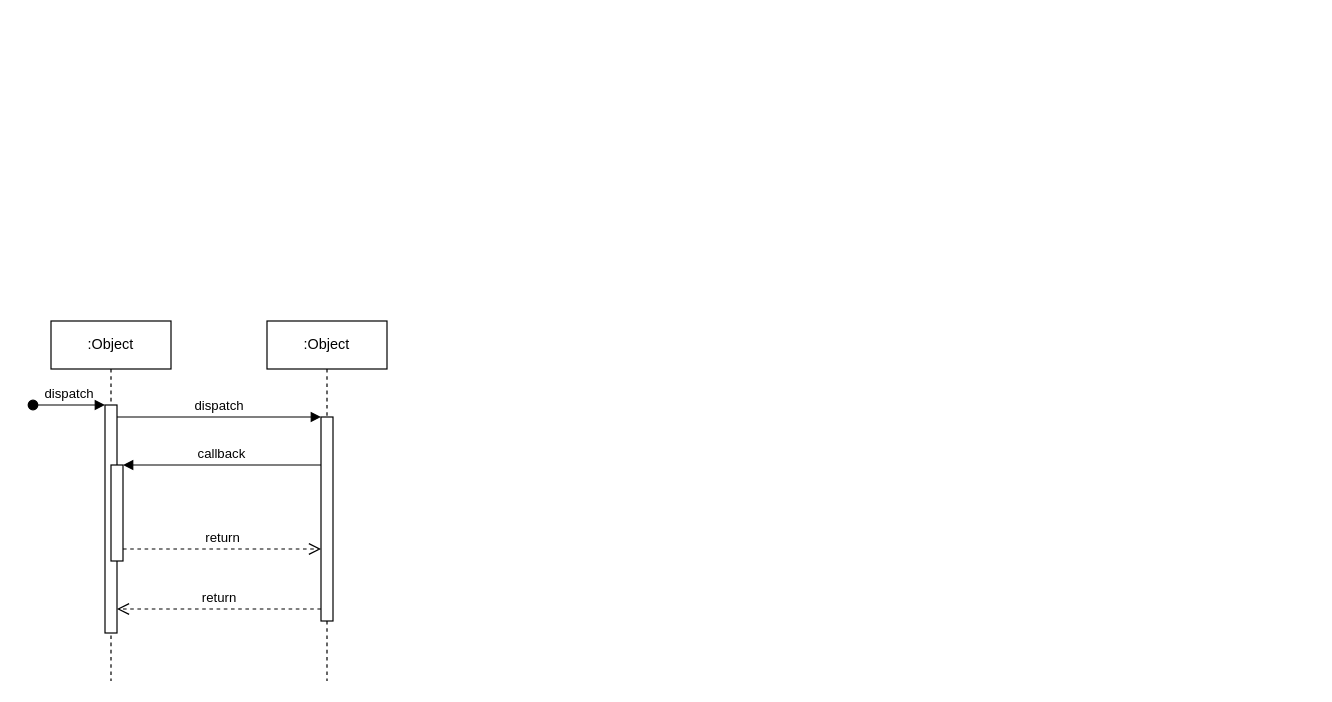
Before: 3er endpoint - actuData.drawio in StevenGpByte/ActualizacionDatos, a draw.io diagram. Source tidied: cells renumbered, new cells numbered last; positions are measured from the earlier drawing's top-left corner, leaving out a move shared by most shapes. Both pictures are drawn from the tidied source at 120%, with x=0, y=0 at pixel (32, 320).
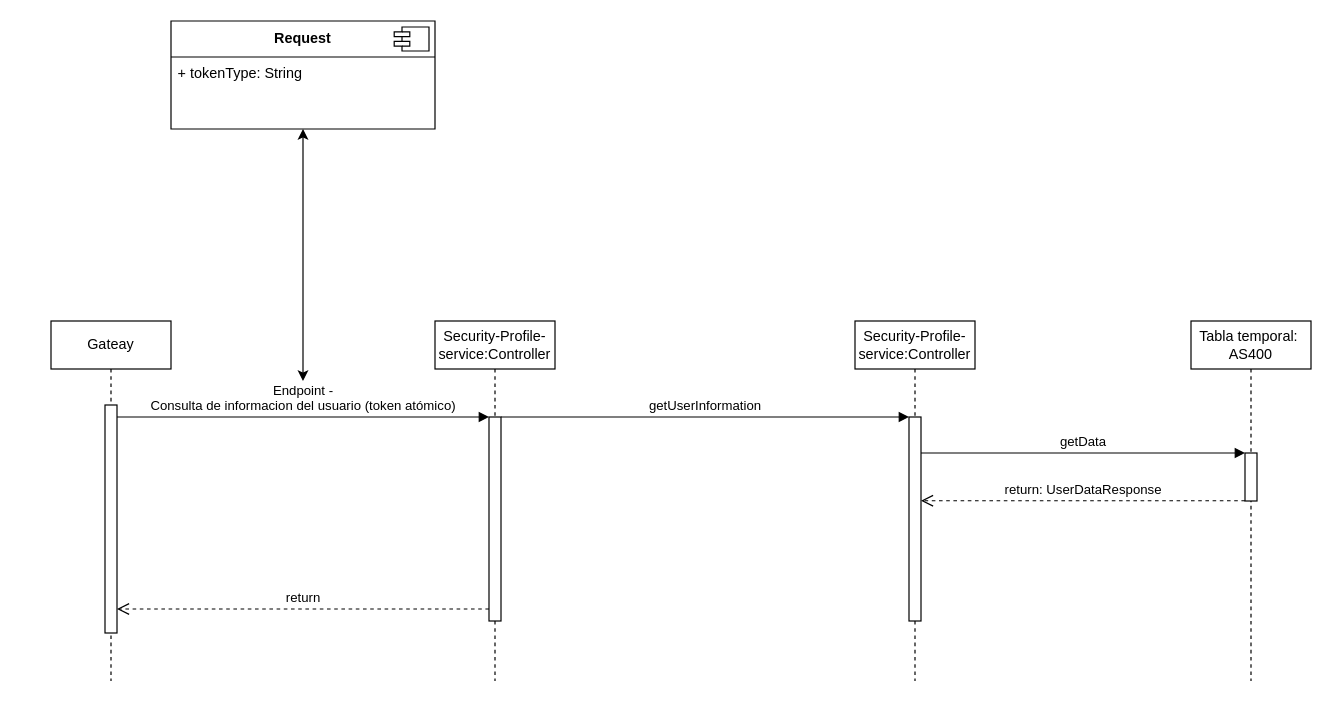
Above is the later version.

Unchanged cells that the change refers to:
```xml
<mxCell id="3" style="html=1;points=[];perimeter=orthogonalPerimeter;outlineConnect=0;targetShapes=umlLifeline;portConstraint=eastwest;newEdgeStyle={&quot;edgeStyle&quot;:&quot;elbowEdgeStyle&quot;,&quot;elbow&quot;:&quot;vertical&quot;,&quot;curved&quot;:0,&quot;rounded&quot;:0};" parent="2" vertex="1">
  <mxGeometry x="45" y="70" width="10" height="190" as="geometry" />
</mxCell>
<mxCell id="7" style="html=1;points=[];perimeter=orthogonalPerimeter;outlineConnect=0;targetShapes=umlLifeline;portConstraint=eastwest;newEdgeStyle={&quot;edgeStyle&quot;:&quot;elbowEdgeStyle&quot;,&quot;elbow&quot;:&quot;vertical&quot;,&quot;curved&quot;:0,&quot;rounded&quot;:0};" parent="6" vertex="1">
  <mxGeometry x="45" y="80" width="10" height="170" as="geometry" />
</mxCell>
```

The edit, as a diff of the source:
```diff
@@
-    <mxCell id="2" value=":Object" style="shape=umlLifeline;perimeter=lifelinePerimeter;whiteSpace=wrap;html=1;newEdgeStyle={&quot;edgeStyle&quot;:&quot;elbowEdgeStyle&quot;,&quot;elbow&quot;:&quot;vertical&quot;,&quot;curved&quot;:0,&quot;rounded&quot;:0};" parent="1" vertex="1">
+    <mxCell id="2" value="Gateay" style="shape=umlLifeline;perimeter=lifelinePerimeter;whiteSpace=wrap;html=1;newEdgeStyle={&quot;edgeStyle&quot;:&quot;elbowEdgeStyle&quot;,&quot;elbow&quot;:&quot;vertical&quot;,&quot;curved&quot;:0,&quot;rounded&quot;:0};" parent="1" vertex="1">
       <mxGeometry x="15" width="100" height="300" as="geometry" />
     </mxCell>
@@
-    <mxCell id="4" value="dispatch" style="html=1;verticalAlign=bottom;startArrow=oval;endArrow=block;startSize=8;edgeStyle=elbowEdgeStyle;elbow=vertical;curved=0;rounded=0;" parent="2" edge="1" target="3">
-      <mxGeometry relative="1" as="geometry">
-        <mxPoint x="-15" y="70" as="sourcePoint" />
-      </mxGeometry>
-    </mxCell>
-    <mxCell id="5" style="html=1;points=[];perimeter=orthogonalPerimeter;outlineConnect=0;targetShapes=umlLifeline;portConstraint=eastwest;newEdgeStyle={&quot;edgeStyle&quot;:&quot;elbowEdgeStyle&quot;,&quot;elbow&quot;:&quot;vertical&quot;,&quot;curved&quot;:0,&quot;rounded&quot;:0};" parent="2" vertex="1">
-      <mxGeometry x="50" y="120" width="10" height="80" as="geometry" />
-    </mxCell>
-    <mxCell id="6" value=":Object" style="shape=umlLifeline;perimeter=lifelinePerimeter;whiteSpace=wrap;html=1;newEdgeStyle={&quot;edgeStyle&quot;:&quot;elbowEdgeStyle&quot;,&quot;elbow&quot;:&quot;vertical&quot;,&quot;curved&quot;:0,&quot;rounded&quot;:0};" parent="1" vertex="1">
-      <mxGeometry x="195" width="100" height="300" as="geometry" />
+    <mxCell id="6" value="Security-Profile-service:Controller" style="shape=umlLifeline;perimeter=lifelinePerimeter;whiteSpace=wrap;html=1;newEdgeStyle={&quot;edgeStyle&quot;:&quot;elbowEdgeStyle&quot;,&quot;elbow&quot;:&quot;vertical&quot;,&quot;curved&quot;:0,&quot;rounded&quot;:0};" parent="1" vertex="1">
+      <mxGeometry x="335" width="100" height="300" as="geometry" />
     </mxCell>
@@
-    <mxCell id="8" value="dispatch" style="html=1;verticalAlign=bottom;endArrow=block;edgeStyle=elbowEdgeStyle;elbow=vertical;curved=0;rounded=0;" parent="1" edge="1" source="3" target="7">
+    <mxCell id="8" value="Endpoint - &lt;br&gt;Consulta de informacion del usuario (token atómico)" style="html=1;verticalAlign=bottom;endArrow=block;edgeStyle=elbowEdgeStyle;elbow=vertical;curved=0;rounded=0;" parent="1" edge="1" source="3" target="7">
       <mxGeometry relative="1" as="geometry">
         <Array as="points">
           <mxPoint x="155" y="80" />
         </Array>
       </mxGeometry>
     </mxCell>
@@
-    <mxCell id="10" value="callback" style="html=1;verticalAlign=bottom;endArrow=block;edgeStyle=elbowEdgeStyle;elbow=vertical;curved=0;rounded=0;" parent="1" edge="1" source="7" target="5">
-      <mxGeometry relative="1" as="geometry">
-        <Array as="points">
-          <mxPoint x="165" y="120" />
-        </Array>
-      </mxGeometry>
-    </mxCell>
-    <mxCell id="11" value="return" style="html=1;verticalAlign=bottom;endArrow=open;dashed=1;endSize=8;edgeStyle=elbowEdgeStyle;elbow=vertical;curved=0;rounded=0;" parent="1" edge="1" source="5" target="7">
-      <mxGeometry relative="1" as="geometry">
-        <Array as="points">
-          <mxPoint x="155" y="190" />
-        </Array>
-      </mxGeometry>
-    </mxCell>
+    <mxCell id="12" value="Request" style="swimlane;whiteSpace=wrap;html=1;startSize=30;" parent="1" vertex="1">
+      <mxGeometry x="115" y="-250" width="220" height="90" as="geometry" />
+    </mxCell>
+    <mxCell id="13" style="shape=module;jettyWidth=13;jettyHeight=4;" parent="12" vertex="1">
+      <mxGeometry x="1" width="29" height="20" relative="1" as="geometry">
+        <mxPoint x="-34" y="5" as="offset" />
+      </mxGeometry>
+    </mxCell>
+    <mxCell id="14" value="+ tokenType: String" style="text;strokeColor=none;fillColor=none;align=left;verticalAlign=top;spacingLeft=4;spacingRight=4;overflow=hidden;whiteSpace=wrap;html=1;" parent="12" vertex="1">
+      <mxGeometry y="30" width="200" height="26" as="geometry" />
+    </mxCell>
+    <mxCell id="15" style="endArrow=classic;startArrow=classic;html=1;rounded=0;" parent="1" edge="1" target="12">
+      <mxGeometry relative="1" as="geometry">
+        <mxPoint x="225" y="50" as="sourcePoint" />
+      </mxGeometry>
+    </mxCell>
+    <mxCell id="16" value="Security-Profile-service:Controller" style="shape=umlLifeline;perimeter=lifelinePerimeter;whiteSpace=wrap;html=1;newEdgeStyle={&quot;edgeStyle&quot;:&quot;elbowEdgeStyle&quot;,&quot;elbow&quot;:&quot;vertical&quot;,&quot;curved&quot;:0,&quot;rounded&quot;:0};" parent="1" vertex="1">
+      <mxGeometry x="685" width="100" height="300" as="geometry" />
+    </mxCell>
+    <mxCell id="17" style="html=1;points=[];perimeter=orthogonalPerimeter;outlineConnect=0;targetShapes=umlLifeline;portConstraint=eastwest;newEdgeStyle={&quot;edgeStyle&quot;:&quot;elbowEdgeStyle&quot;,&quot;elbow&quot;:&quot;vertical&quot;,&quot;curved&quot;:0,&quot;rounded&quot;:0};" parent="16" vertex="1">
+      <mxGeometry x="45" y="80" width="10" height="170" as="geometry" />
+    </mxCell>
+    <mxCell id="18" value="getUserInformation" style="html=1;verticalAlign=bottom;endArrow=block;edgeStyle=elbowEdgeStyle;elbow=vertical;curved=0;rounded=0;" parent="1" edge="1" source="7" target="17">
+      <mxGeometry relative="1" as="geometry">
+        <Array as="points">
+          <mxPoint x="635" y="80" />
+          <mxPoint x="405" y="110" />
+        </Array>
+      </mxGeometry>
+    </mxCell>
+    <mxCell id="19" value="Tabla temporal:&amp;nbsp;&lt;br&gt;AS400" style="shape=umlLifeline;perimeter=lifelinePerimeter;whiteSpace=wrap;html=1;newEdgeStyle={&quot;edgeStyle&quot;:&quot;elbowEdgeStyle&quot;,&quot;elbow&quot;:&quot;vertical&quot;,&quot;curved&quot;:0,&quot;rounded&quot;:0};" parent="1" vertex="1">
+      <mxGeometry x="965" width="100" height="300" as="geometry" />
+    </mxCell>
+    <mxCell id="20" style="html=1;points=[];perimeter=orthogonalPerimeter;outlineConnect=0;targetShapes=umlLifeline;portConstraint=eastwest;newEdgeStyle={&quot;edgeStyle&quot;:&quot;elbowEdgeStyle&quot;,&quot;elbow&quot;:&quot;vertical&quot;,&quot;curved&quot;:0,&quot;rounded&quot;:0};" parent="19" vertex="1">
+      <mxGeometry x="45" y="110" width="10" height="40" as="geometry" />
+    </mxCell>
+    <mxCell id="21" value="getData" style="html=1;verticalAlign=bottom;endArrow=block;edgeStyle=elbowEdgeStyle;elbow=vertical;curved=0;rounded=0;" parent="1" edge="1" source="17" target="20">
+      <mxGeometry relative="1" as="geometry">
+        <Array as="points">
+          <mxPoint x="925" y="110" />
+          <mxPoint x="910" y="120" />
+          <mxPoint x="680" y="150" />
+        </Array>
+      </mxGeometry>
+    </mxCell>
+    <mxCell id="22" value="return: UserDataResponse" style="html=1;verticalAlign=bottom;endArrow=open;dashed=1;endSize=8;edgeStyle=elbowEdgeStyle;elbow=vertical;curved=0;rounded=0;" parent="1" edge="1" source="20" target="17">
+      <mxGeometry relative="1" as="geometry">
+        <Array as="points">
+          <mxPoint x="870" y="149.8" />
+        </Array>
+      </mxGeometry>
+    </mxCell>
```
